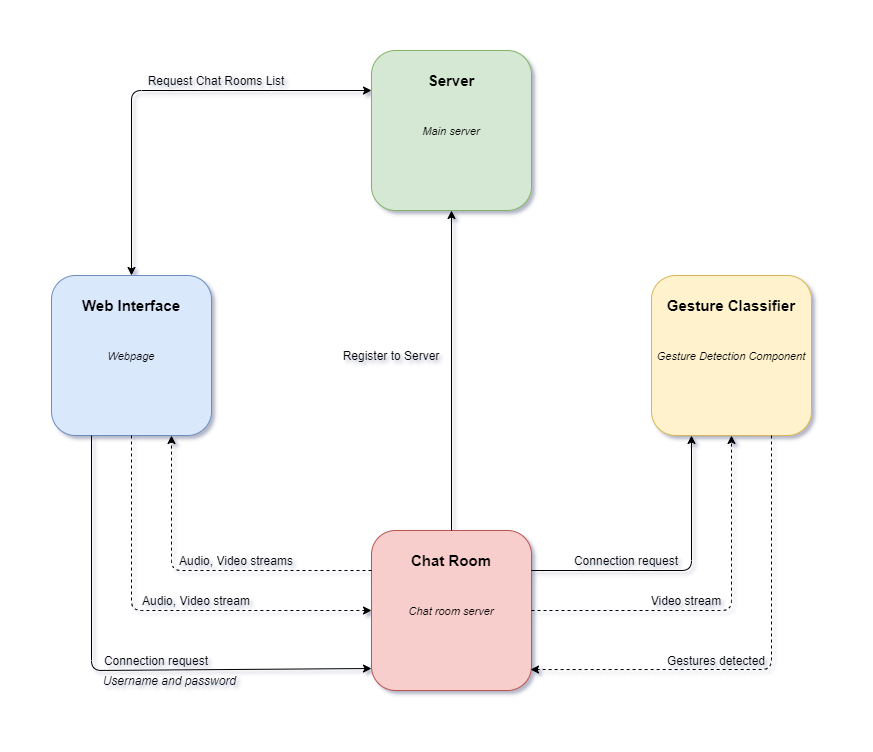
Earlier version of the draw.io export doc/components.png (rotrocol/gezr). Source tidied: cells renumbered, new cells last; positions are measured from the earlier drawing's top-left corner, leaving out a move shared by most shapes.
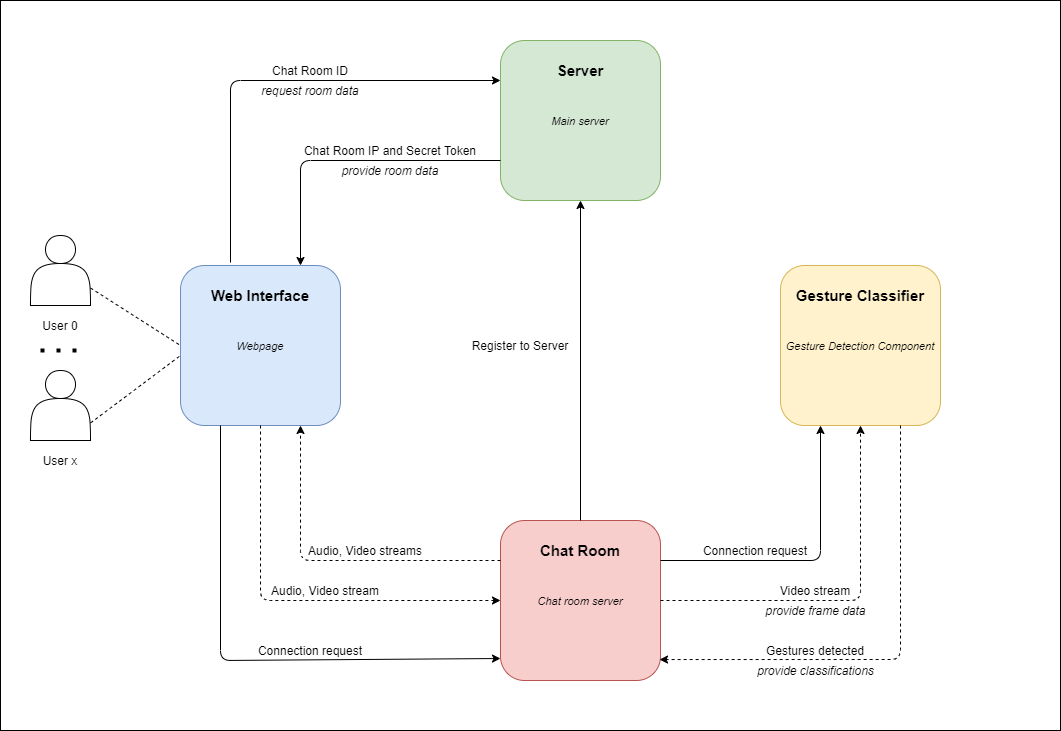
Above is the later version.

Commit message:
Modified components diagram

Change to the diagram source:
```diff
@@ -1,122 +1,171 @@
 <mxGraphModel>
   <root>
-    <mxCell id="0" />
-    <mxCell id="1" parent="0" />
-    <mxCell id="2" style="rounded=1;whiteSpace=wrap;html=1;fillColor=#dae8fc;strokeColor=#6c8ebf;" parent="1" vertex="1">
-      <mxGeometry y="225" width="160" height="160" as="geometry" />
-    </mxCell>
+    <mxCell id="31" />
+    <mxCell id="32" parent="31" />
+    <mxCell id="33" style="rounded=1;whiteSpace=wrap;html=1;fillColor=#dae8fc;strokeColor=#6c8ebf;" parent="32" vertex="1">
+      <mxGeometry y="225" width="160" height="160" as="geometry" />
+    </mxCell>
-    <mxCell id="3" value="&lt;font style=&quot;font-size: 15px&quot;&gt;&lt;b&gt;Web Interface&lt;/b&gt;&lt;/font&gt;" style="text;html=1;strokeColor=none;fillColor=none;align=center;verticalAlign=middle;whiteSpace=wrap;rounded=0;strokeWidth=3;" parent="1" vertex="1">
+    <mxCell id="3" value="&lt;font style=&quot;font-size: 15px&quot;&gt;&lt;b&gt;Web Interface&lt;/b&gt;&lt;/font&gt;" style="text;html=1;strokeColor=none;fillColor=none;align=center;verticalAlign=middle;whiteSpace=wrap;rounded=0;strokeWidth=3;" parent="32" vertex="1">
       <mxGeometry y="245" width="160" height="20" as="geometry" />
     </mxCell>
-    <mxCell id="4" style="rounded=1;whiteSpace=wrap;html=1;strokeWidth=1;fillColor=#d5e8d4;strokeColor=#82b366;" parent="1" vertex="1">
-      <mxGeometry x="320" width="160" height="160" as="geometry" />
-    </mxCell>
+    <mxCell id="34" style="rounded=1;whiteSpace=wrap;html=1;strokeWidth=1;fillColor=#d5e8d4;strokeColor=#82b366;" parent="32" vertex="1">
+      <mxGeometry x="320" width="160" height="160" as="geometry" />
+    </mxCell>
-    <mxCell id="5" value="&lt;span style=&quot;font-size: 15px&quot;&gt;&lt;b&gt;Server&lt;/b&gt;&lt;/span&gt;" style="text;html=1;strokeColor=none;fillColor=none;align=center;verticalAlign=middle;whiteSpace=wrap;rounded=0;" parent="1" vertex="1">
+    <mxCell id="5" value="&lt;span style=&quot;font-size: 15px&quot;&gt;&lt;b&gt;Server&lt;/b&gt;&lt;/span&gt;" style="text;html=1;strokeColor=none;fillColor=none;align=center;verticalAlign=middle;whiteSpace=wrap;rounded=0;" parent="32" vertex="1">
       <mxGeometry x="320" y="20" width="160" height="20" as="geometry" />
     </mxCell>
-    <mxCell id="6" style="rounded=1;whiteSpace=wrap;html=1;strokeWidth=1;fillColor=#f8cecc;strokeColor=#b85450;" parent="1" vertex="1">
-      <mxGeometry x="320" y="480" width="160" height="160" as="geometry" />
-    </mxCell>
+    <mxCell id="35" style="rounded=1;whiteSpace=wrap;html=1;strokeWidth=1;fillColor=#f8cecc;strokeColor=#b85450;" parent="32" vertex="1">
+      <mxGeometry x="320" y="480" width="160" height="160" as="geometry" />
+    </mxCell>
-    <mxCell id="7" value="&lt;font style=&quot;font-size: 15px&quot;&gt;&lt;b&gt;Chat Room&lt;/b&gt;&lt;/font&gt;" style="text;html=1;strokeColor=none;fillColor=none;align=center;verticalAlign=middle;whiteSpace=wrap;rounded=0;" parent="1" vertex="1">
+    <mxCell id="7" value="&lt;font style=&quot;font-size: 15px&quot;&gt;&lt;b&gt;Chat Room&lt;/b&gt;&lt;/font&gt;" style="text;html=1;strokeColor=none;fillColor=none;align=center;verticalAlign=middle;whiteSpace=wrap;rounded=0;" parent="32" vertex="1">
       <mxGeometry x="320" y="500" width="160" height="20" as="geometry" />
     </mxCell>
-    <mxCell id="8" style="rounded=1;whiteSpace=wrap;html=1;strokeWidth=1;fillColor=#fff2cc;strokeColor=#d6b656;" parent="1" vertex="1">
-      <mxGeometry x="600" y="225" width="160" height="160" as="geometry" />
-    </mxCell>
+    <mxCell id="36" style="rounded=1;whiteSpace=wrap;html=1;strokeWidth=1;fillColor=#fff2cc;strokeColor=#d6b656;" parent="32" vertex="1">
+      <mxGeometry x="600" y="225" width="160" height="160" as="geometry" />
+    </mxCell>
-    <mxCell id="9" value="&lt;font style=&quot;font-size: 15px&quot;&gt;&lt;b&gt;Gesture Classifier&lt;/b&gt;&lt;/font&gt;" style="text;html=1;strokeColor=none;fillColor=none;align=center;verticalAlign=middle;whiteSpace=wrap;rounded=0;" parent="1" vertex="1">
+    <mxCell id="9" value="&lt;font style=&quot;font-size: 15px&quot;&gt;&lt;b&gt;Gesture Classifier&lt;/b&gt;&lt;/font&gt;" style="text;html=1;strokeColor=none;fillColor=none;align=center;verticalAlign=middle;whiteSpace=wrap;rounded=0;" parent="32" vertex="1">
       <mxGeometry x="600" y="245" width="160" height="20" as="geometry" />
     </mxCell>
-    <mxCell id="10" style="endArrow=classic;html=1;exitX=0.5;exitY=0;exitDx=0;exitDy=0;entryX=0.5;entryY=1;entryDx=0;entryDy=0;" parent="1" edge="1" source="6" target="4">
-      <mxGeometry relative="1" as="geometry" />
-    </mxCell>
+    <mxCell id="37" style="endArrow=classic;html=1;entryX=0;entryY=1;entryDx=0;entryDy=0;" parent="32" edge="1" target="5">
+      <mxGeometry relative="1" as="geometry">
+        <mxPoint x="50" y="222" as="sourcePoint" />
+        <Array as="points">
+          <mxPoint x="50" y="40" />
+        </Array>
+      </mxGeometry>
+    </mxCell>
+    <mxCell id="38" value="Chat Room ID" style="text;html=1;strokeColor=none;fillColor=none;align=center;verticalAlign=middle;whiteSpace=wrap;rounded=0;" parent="32" vertex="1">
+      <mxGeometry x="90" y="20" width="80" height="20" as="geometry" />
+    </mxCell>
+    <mxCell id="39" style="endArrow=classic;html=1;exitX=0;exitY=0.75;exitDx=0;exitDy=0;entryX=0.75;entryY=0;entryDx=0;entryDy=0;" parent="32" edge="1" source="34" target="33">
+      <mxGeometry relative="1" as="geometry">
+        <Array as="points">
+          <mxPoint x="120" y="120" />
+        </Array>
+      </mxGeometry>
+    </mxCell>
+    <mxCell id="40" value="Chat Room IP and Secret Token" style="text;html=1;strokeColor=none;fillColor=none;align=center;verticalAlign=middle;whiteSpace=wrap;rounded=0;" parent="32" vertex="1">
+      <mxGeometry x="120" y="100" width="180" height="20" as="geometry" />
+    </mxCell>
+    <mxCell id="41" style="endArrow=classic;html=1;exitX=0.5;exitY=0;exitDx=0;exitDy=0;entryX=0.5;entryY=1;entryDx=0;entryDy=0;" parent="32" edge="1" source="35" target="34">
+      <mxGeometry relative="1" as="geometry" />
+    </mxCell>
-    <mxCell id="11" value="Register to Server" style="text;html=1;strokeColor=none;fillColor=none;align=center;verticalAlign=middle;whiteSpace=wrap;rounded=0;" parent="1" vertex="1">
+    <mxCell id="11" value="Register to Server" style="text;html=1;strokeColor=none;fillColor=none;align=center;verticalAlign=middle;whiteSpace=wrap;rounded=0;" parent="32" vertex="1">
       <mxGeometry x="290" y="295" width="100" height="20" as="geometry" />
     </mxCell>
-    <mxCell id="12" style="endArrow=classic;html=1;exitX=0.25;exitY=1;exitDx=0;exitDy=0;" parent="1" edge="1" source="2">
-      <mxGeometry relative="1" as="geometry">
-        <mxPoint x="320" y="618" as="targetPoint" />
-        <Array as="points">
-          <mxPoint x="40" y="620" />
-        </Array>
-      </mxGeometry>
-    </mxCell>
-    <mxCell id="13" value="Connection request" style="text;html=1;strokeColor=none;fillColor=none;align=center;verticalAlign=middle;whiteSpace=wrap;rounded=0;" parent="1" vertex="1">
-      <mxGeometry x="50" y="600" width="110" height="20" as="geometry" />
-    </mxCell>
-    <mxCell id="14" style="endArrow=classic;html=1;exitX=0.5;exitY=1;exitDx=0;exitDy=0;entryX=0;entryY=0.5;entryDx=0;entryDy=0;dashed=1;" parent="1" edge="1" source="2" target="6">
-      <mxGeometry relative="1" as="geometry">
-        <Array as="points">
-          <mxPoint x="80" y="560" />
-        </Array>
-      </mxGeometry>
-    </mxCell>
+    <mxCell id="42" style="endArrow=classic;html=1;exitX=0.25;exitY=1;exitDx=0;exitDy=0;" parent="32" edge="1" source="33">
+      <mxGeometry relative="1" as="geometry">
+        <mxPoint x="320" y="618" as="targetPoint" />
+        <Array as="points">
+          <mxPoint x="40" y="620" />
+        </Array>
+      </mxGeometry>
+    </mxCell>
+    <mxCell id="43" value="Connection request" style="text;html=1;strokeColor=none;fillColor=none;align=center;verticalAlign=middle;whiteSpace=wrap;rounded=0;" parent="32" vertex="1">
+      <mxGeometry x="75" y="600" width="110" height="20" as="geometry" />
+    </mxCell>
+    <mxCell id="44" style="endArrow=classic;html=1;exitX=0.5;exitY=1;exitDx=0;exitDy=0;entryX=0;entryY=0.5;entryDx=0;entryDy=0;dashed=1;" parent="32" edge="1" source="33" target="35">
+      <mxGeometry relative="1" as="geometry">
+        <Array as="points">
+          <mxPoint x="80" y="560" />
+        </Array>
+      </mxGeometry>
+    </mxCell>
-    <mxCell id="15" value="Audio, Video stream" style="text;html=1;strokeColor=none;fillColor=none;align=center;verticalAlign=middle;whiteSpace=wrap;rounded=0;" parent="1" vertex="1">
+    <mxCell id="15" value="Audio, Video stream" style="text;html=1;strokeColor=none;fillColor=none;align=center;verticalAlign=middle;whiteSpace=wrap;rounded=0;" parent="32" vertex="1">
       <mxGeometry x="80" y="540" width="130" height="20" as="geometry" />
     </mxCell>
-    <mxCell id="16" style="endArrow=classic;html=1;dashed=1;entryX=0.75;entryY=1;entryDx=0;entryDy=0;exitX=0;exitY=1;exitDx=0;exitDy=0;" parent="1" edge="1" source="7" target="2">
-      <mxGeometry relative="1" as="geometry">
-        <Array as="points">
-          <mxPoint x="120" y="520" />
-        </Array>
-      </mxGeometry>
-    </mxCell>
+    <mxCell id="45" style="endArrow=classic;html=1;dashed=1;entryX=0.75;entryY=1;entryDx=0;entryDy=0;exitX=0;exitY=1;exitDx=0;exitDy=0;" parent="32" edge="1" source="7" target="33">
+      <mxGeometry relative="1" as="geometry">
+        <Array as="points">
+          <mxPoint x="120" y="520" />
+        </Array>
+      </mxGeometry>
+    </mxCell>
-    <mxCell id="17" value="Audio, Video streams" style="text;html=1;strokeColor=none;fillColor=none;align=center;verticalAlign=middle;whiteSpace=wrap;rounded=0;" parent="1" vertex="1">
+    <mxCell id="17" value="Audio, Video streams" style="text;html=1;strokeColor=none;fillColor=none;align=center;verticalAlign=middle;whiteSpace=wrap;rounded=0;" parent="32" vertex="1">
       <mxGeometry x="120" y="500" width="130" height="20" as="geometry" />
     </mxCell>
-    <mxCell id="18" style="endArrow=classic;html=1;exitX=1;exitY=1;exitDx=0;exitDy=0;entryX=0.25;entryY=1;entryDx=0;entryDy=0;" parent="1" edge="1" source="7" target="8">
-      <mxGeometry relative="1" as="geometry">
-        <Array as="points">
-          <mxPoint x="640" y="520" />
-        </Array>
-      </mxGeometry>
-    </mxCell>
-    <mxCell id="19" value="Connection request" style="text;html=1;strokeColor=none;fillColor=none;align=center;verticalAlign=middle;whiteSpace=wrap;rounded=0;" parent="1" vertex="1">
-      <mxGeometry x="520" y="500" width="110" height="20" as="geometry" />
-    </mxCell>
-    <mxCell id="20" style="endArrow=classic;html=1;exitX=1;exitY=0.5;exitDx=0;exitDy=0;entryX=0.5;entryY=1;entryDx=0;entryDy=0;dashed=1;" parent="1" edge="1" source="6" target="8">
-      <mxGeometry relative="1" as="geometry">
-        <Array as="points">
-          <mxPoint x="680" y="560" />
-        </Array>
-      </mxGeometry>
-    </mxCell>
+    <mxCell id="46" style="endArrow=classic;html=1;exitX=1;exitY=1;exitDx=0;exitDy=0;entryX=0.25;entryY=1;entryDx=0;entryDy=0;" parent="32" edge="1" source="7" target="36">
+      <mxGeometry relative="1" as="geometry">
+        <Array as="points">
+          <mxPoint x="640" y="520" />
+        </Array>
+      </mxGeometry>
+    </mxCell>
+    <mxCell id="47" value="Connection request" style="text;html=1;strokeColor=none;fillColor=none;align=center;verticalAlign=middle;whiteSpace=wrap;rounded=0;" parent="32" vertex="1">
+      <mxGeometry x="520" y="500" width="110" height="20" as="geometry" />
+    </mxCell>
+    <mxCell id="48" style="endArrow=classic;html=1;exitX=1;exitY=0.5;exitDx=0;exitDy=0;entryX=0.5;entryY=1;entryDx=0;entryDy=0;dashed=1;" parent="32" edge="1" source="35" target="36">
+      <mxGeometry relative="1" as="geometry">
+        <Array as="points">
+          <mxPoint x="680" y="560" />
+        </Array>
+      </mxGeometry>
+    </mxCell>
-    <mxCell id="21" value="Video stream" style="text;html=1;strokeColor=none;fillColor=none;align=center;verticalAlign=middle;whiteSpace=wrap;rounded=0;" parent="1" vertex="1">
+    <mxCell id="21" value="Video stream" style="text;html=1;strokeColor=none;fillColor=none;align=center;verticalAlign=middle;whiteSpace=wrap;rounded=0;" parent="32" vertex="1">
       <mxGeometry x="590" y="540" width="90" height="20" as="geometry" />
     </mxCell>
-    <mxCell id="22" style="endArrow=classic;html=1;dashed=1;exitX=0.75;exitY=1;exitDx=0;exitDy=0;entryX=0.994;entryY=0.869;entryDx=0;entryDy=0;entryPerimeter=0;" parent="1" edge="1" source="8" target="6">
-      <mxGeometry relative="1" as="geometry">
-        <Array as="points">
-          <mxPoint x="720" y="619" />
-        </Array>
-      </mxGeometry>
-    </mxCell>
+    <mxCell id="49" style="endArrow=classic;html=1;dashed=1;exitX=0.75;exitY=1;exitDx=0;exitDy=0;entryX=0.994;entryY=0.869;entryDx=0;entryDy=0;entryPerimeter=0;" parent="32" edge="1" source="36" target="35">
+      <mxGeometry relative="1" as="geometry">
+        <Array as="points">
+          <mxPoint x="720" y="619" />
+        </Array>
+      </mxGeometry>
+    </mxCell>
-    <mxCell id="23" value="Gestures detected" style="text;html=1;strokeColor=none;fillColor=none;align=center;verticalAlign=middle;whiteSpace=wrap;rounded=0;" parent="1" vertex="1">
-      <mxGeometry x="610" y="600" width="110" height="20" as="geometry" />
+    <mxCell id="23" value="Gestures detected" style="text;html=1;strokeColor=none;fillColor=none;align=center;verticalAlign=middle;whiteSpace=wrap;rounded=0;" parent="32" vertex="1">
+      <mxGeometry x="580" y="600" width="110" height="20" as="geometry" />
     </mxCell>
-    <mxCell id="24" value="&lt;font style=&quot;font-size: 11px&quot;&gt;&lt;i&gt;Gesture Detection Component&lt;/i&gt;&lt;/font&gt;" style="text;html=1;strokeColor=none;fillColor=none;align=center;verticalAlign=middle;whiteSpace=wrap;rounded=0;" parent="1" vertex="1">
+    <mxCell id="24" value="&lt;font style=&quot;font-size: 11px&quot;&gt;&lt;i&gt;Gesture Detection Component&lt;/i&gt;&lt;/font&gt;" style="text;html=1;strokeColor=none;fillColor=none;align=center;verticalAlign=middle;whiteSpace=wrap;rounded=0;" parent="32" vertex="1">
       <mxGeometry x="600" y="295" width="160" height="20" as="geometry" />
     </mxCell>
-    <mxCell id="25" value="&lt;font style=&quot;font-size: 11px&quot;&gt;&lt;i&gt;Chat room server&lt;/i&gt;&lt;/font&gt;" style="text;html=1;strokeColor=none;fillColor=none;align=center;verticalAlign=middle;whiteSpace=wrap;rounded=0;" parent="1" vertex="1">
+    <mxCell id="25" value="&lt;font style=&quot;font-size: 11px&quot;&gt;&lt;i&gt;Chat room server&lt;/i&gt;&lt;/font&gt;" style="text;html=1;strokeColor=none;fillColor=none;align=center;verticalAlign=middle;whiteSpace=wrap;rounded=0;" parent="32" vertex="1">
       <mxGeometry x="320" y="550" width="160" height="20" as="geometry" />
     </mxCell>
-    <mxCell id="26" value="&lt;font style=&quot;font-size: 11px&quot;&gt;&lt;i&gt;Main server&lt;/i&gt;&lt;/font&gt;" style="text;html=1;strokeColor=none;fillColor=none;align=center;verticalAlign=middle;whiteSpace=wrap;rounded=0;" parent="1" vertex="1">
+    <mxCell id="26" value="&lt;font style=&quot;font-size: 11px&quot;&gt;&lt;i&gt;Main server&lt;/i&gt;&lt;/font&gt;" style="text;html=1;strokeColor=none;fillColor=none;align=center;verticalAlign=middle;whiteSpace=wrap;rounded=0;" parent="32" vertex="1">
       <mxGeometry x="320" y="70" width="160" height="20" as="geometry" />
     </mxCell>
-    <mxCell id="27" value="&lt;i&gt;&lt;font style=&quot;font-size: 11px&quot;&gt;Webpage&lt;/font&gt;&lt;/i&gt;" style="text;html=1;strokeColor=none;fillColor=none;align=center;verticalAlign=middle;whiteSpace=wrap;rounded=0;" parent="1" vertex="1">
+    <mxCell id="27" value="&lt;i&gt;&lt;font style=&quot;font-size: 11px&quot;&gt;Webpage&lt;/font&gt;&lt;/i&gt;" style="text;html=1;strokeColor=none;fillColor=none;align=center;verticalAlign=middle;whiteSpace=wrap;rounded=0;" parent="32" vertex="1">
       <mxGeometry y="295" width="160" height="20" as="geometry" />
     </mxCell>
-    <mxCell id="28" style="endArrow=classic;startArrow=classic;html=1;exitX=0.5;exitY=0;exitDx=0;exitDy=0;entryX=0;entryY=1;entryDx=0;entryDy=0;" parent="1" edge="1" source="2" target="5">
-      <mxGeometry relative="1" as="geometry">
-        <Array as="points">
-          <mxPoint x="80" y="40" />
-        </Array>
-      </mxGeometry>
-    </mxCell>
-    <mxCell id="29" value="Request Chat Rooms List" style="text;html=1;strokeColor=none;fillColor=none;align=center;verticalAlign=middle;whiteSpace=wrap;rounded=0;" parent="1" vertex="1">
-      <mxGeometry x="90" y="20" width="150" height="20" as="geometry" />
-    </mxCell>
-    <mxCell id="30" value="&lt;i&gt;Username and password&amp;nbsp;&lt;/i&gt;" style="text;html=1;strokeColor=none;fillColor=none;align=center;verticalAlign=middle;whiteSpace=wrap;rounded=0;" parent="1" vertex="1">
-      <mxGeometry x="50" y="620" width="140" height="20" as="geometry" />
-    </mxCell>
+    <mxCell id="50" value="&lt;i&gt;request room data&lt;/i&gt;" style="text;html=1;strokeColor=none;fillColor=none;align=center;verticalAlign=middle;whiteSpace=wrap;rounded=0;" parent="32" vertex="1">
+      <mxGeometry x="70" y="40" width="120" height="20" as="geometry" />
+    </mxCell>
+    <mxCell id="51" value="&lt;i&gt;provide room data&lt;/i&gt;" style="text;html=1;strokeColor=none;fillColor=none;align=center;verticalAlign=middle;whiteSpace=wrap;rounded=0;" parent="32" vertex="1">
+      <mxGeometry x="150" y="120" width="120" height="20" as="geometry" />
+    </mxCell>
+    <mxCell id="52" value="&lt;i&gt;provide classifications&lt;/i&gt;" style="text;html=1;strokeColor=none;fillColor=none;align=center;verticalAlign=middle;whiteSpace=wrap;rounded=0;" parent="32" vertex="1">
+      <mxGeometry x="557.5" y="620" width="155" height="20" as="geometry" />
+    </mxCell>
+    <mxCell id="53" style="shape=actor;whiteSpace=wrap;html=1;" parent="32" vertex="1">
+      <mxGeometry x="-150" y="195" width="60" height="70" as="geometry" />
+    </mxCell>
+    <mxCell id="54" value="&lt;i&gt;provide frame data&lt;/i&gt;" style="text;html=1;strokeColor=none;fillColor=none;align=center;verticalAlign=middle;whiteSpace=wrap;rounded=0;" parent="32" vertex="1">
+      <mxGeometry x="557.5" y="560" width="155" height="20" as="geometry" />
+    </mxCell>
+    <mxCell id="55" style="shape=actor;whiteSpace=wrap;html=1;" parent="32" vertex="1">
+      <mxGeometry x="-150" y="330" width="60" height="70" as="geometry" />
+    </mxCell>
+    <mxCell id="56" style="endArrow=none;dashed=1;html=1;exitX=1;exitY=0.75;exitDx=0;exitDy=0;" parent="32" edge="1" source="53">
+      <mxGeometry relative="1" as="geometry">
+        <mxPoint y="305" as="targetPoint" />
+      </mxGeometry>
+    </mxCell>
+    <mxCell id="57" style="endArrow=none;dashed=1;html=1;exitX=1;exitY=0.75;exitDx=0;exitDy=0;entryX=0;entryY=1;entryDx=0;entryDy=0;" parent="32" edge="1" source="55" target="27">
+      <mxGeometry relative="1" as="geometry" />
+    </mxCell>
+    <mxCell id="58" style="endArrow=none;dashed=1;html=1;dashPattern=1 3;strokeWidth=4;" parent="32" edge="1">
+      <mxGeometry relative="1" as="geometry">
+        <mxPoint x="-140" y="310" as="sourcePoint" />
+        <mxPoint x="-100" y="310" as="targetPoint" />
+      </mxGeometry>
+    </mxCell>
+    <mxCell id="59" value="User x" style="text;html=1;strokeColor=none;fillColor=none;align=center;verticalAlign=middle;whiteSpace=wrap;rounded=0;" parent="32" vertex="1">
+      <mxGeometry x="-140" y="410" width="40" height="20" as="geometry" />
+    </mxCell>
+    <mxCell id="60" value="User 0" style="text;html=1;strokeColor=none;fillColor=none;align=center;verticalAlign=middle;whiteSpace=wrap;rounded=0;" parent="32" vertex="1">
+      <mxGeometry x="-140" y="275" width="40" height="20" as="geometry" />
+    </mxCell>
+    <mxCell id="61" style="rounded=0;whiteSpace=wrap;html=1;fillColor=none;" parent="32" vertex="1">
+      <mxGeometry x="-180" y="-40" width="1060" height="730" as="geometry" />
+    </mxCell>
   </root>
 </mxGraphModel>
```
